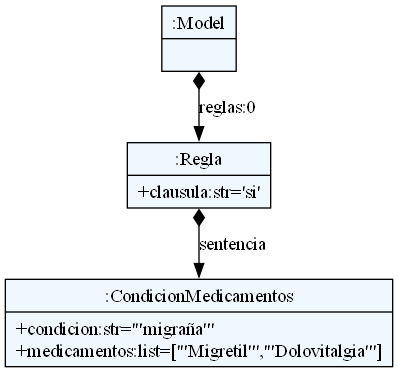
Above: dsl/ast.png in Patrick-beep-ui/KURE (Graphviz), before the change. Its source is kept beside it as dsl/ast.dot.
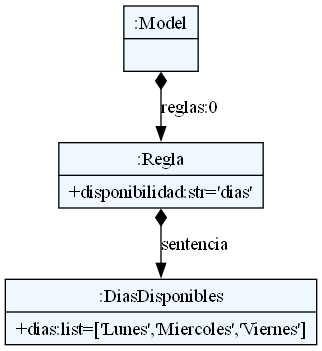
After the commit.

Diff of the diagram source:
```diff
@@ -10,10 +10,10 @@
     edge[dir=black,arrowtail=empty]
 
 
-1848575253280 -> 1848575253424 [label="reglas:0" arrowtail=diamond dir=both]
-1848575253424 -> 1848575253568 [label="sentencia" arrowtail=diamond dir=both]
-1848575253568[label="{:CondicionMedicamentos|+condicion:str='\"migraña\"'\l+medicamentos:list=['\"Migretil\"','\"Dolovitalgia\"']\l}"]
-1848575253424[label="{:Regla|+clausula:str='si'\l}"]
-1848575253280[label="{:Model|}"]
+1420485581696 -> 1420485581744 [label="reglas:0" arrowtail=diamond dir=both]
+1420485581744 -> 1420485581600 [label="sentencia" arrowtail=diamond dir=both]
+1420485581600[label="{:DiasDisponibles|+dias:list=['Lunes','Miercoles','Viernes']\l}"]
+1420485581744[label="{:Regla|+disponibilidad:str='dias'\l}"]
+1420485581696[label="{:Model|}"]
 
 }
```
